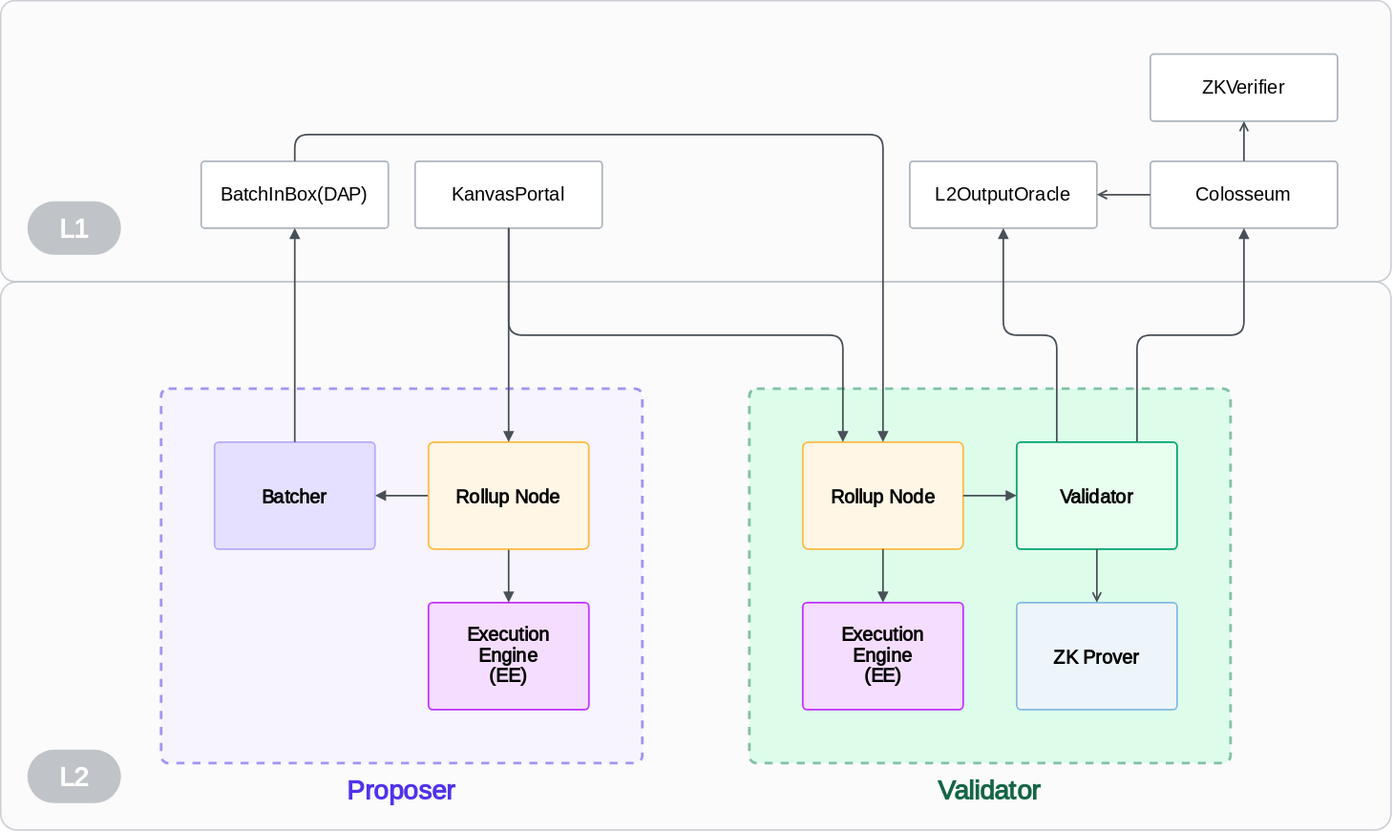
Earlier version of the draw.io export specs/assets/components.svg (kroma-network/kroma). Source tidied: cells renumbered, new cells last; positions are measured from the earlier drawing's top-left corner, leaving out a move shared by most shapes.
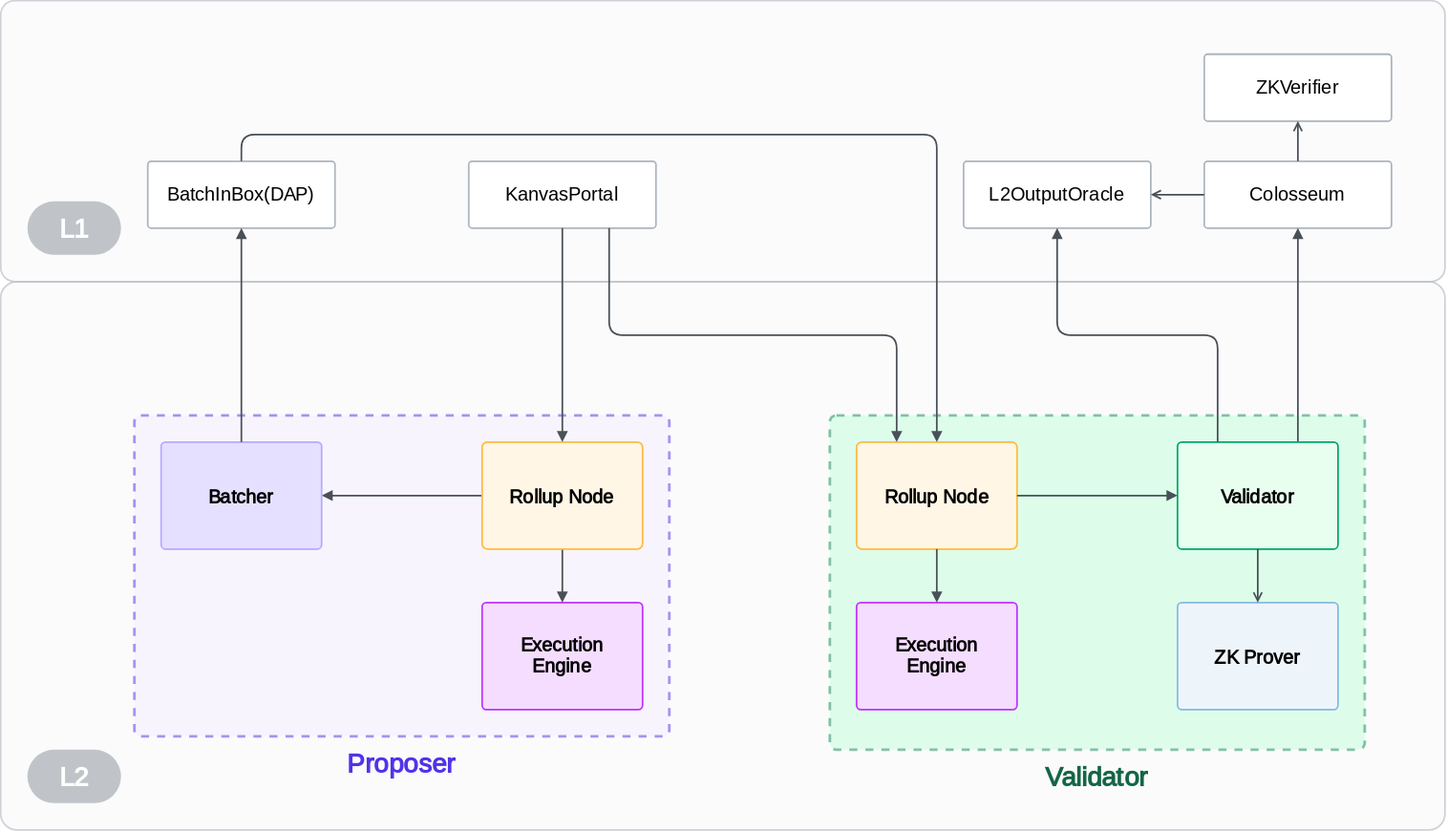
After the change.

Change to the diagram source:
```diff
@@ -3,52 +3,52 @@
     <mxCell id="0" />
     <mxCell id="1" parent="0" />
     <mxCell id="2" style="rounded=1;whiteSpace=wrap;html=1;hachureGap=4;fontFamily=Inter;fontSource=https%3A%2F%2Ffonts.googleapis.com%2Fcss%3Ffamily%3DInter;fontSize=20;fillColor=#F8F9FA;strokeColor=#ADB5BD;arcSize=3;shadow=0;glass=0;opacity=60;strokeWidth=1.25;" parent="1" vertex="1">
-      <mxGeometry y="210" width="1040" height="410" as="geometry" />
+      <mxGeometry y="130" width="1080" height="410" as="geometry" />
     </mxCell>
     <mxCell id="3" style="rounded=1;whiteSpace=wrap;html=1;hachureGap=4;fontFamily=Inter;fontSource=https%3A%2F%2Ffonts.googleapis.com%2Fcss%3Ffamily%3DInter;fontSize=20;fillColor=#BFFFDA;strokeColor=#1A865D;arcSize=2;shadow=0;glass=0;opacity=50;dashed=1;strokeWidth=2;" parent="1" vertex="1">
-      <mxGeometry x="560" y="290" width="360" height="280" as="geometry" />
+      <mxGeometry x="620" y="230" width="400" height="250" as="geometry" />
     </mxCell>
     <mxCell id="4" style="rounded=1;whiteSpace=wrap;html=1;hachureGap=4;fontFamily=Inter;fontSource=https%3A%2F%2Ffonts.googleapis.com%2Fcss%3Ffamily%3DInter;fontSize=20;fillColor=#F8F9FA;strokeColor=#ADB5BD;arcSize=5;shadow=0;glass=0;opacity=60;strokeWidth=1.25;" parent="1" vertex="1">
-      <mxGeometry width="1040" height="210" as="geometry" />
+      <mxGeometry y="-80" width="1080" height="210" as="geometry" />
     </mxCell>
     <mxCell id="5" value="&lt;font style=&quot;font-size: 14px;&quot;&gt;ZKVerifier&lt;br style=&quot;font-size: 14px;&quot;&gt;&lt;/font&gt;" style="rounded=1;whiteSpace=wrap;html=1;fontSize=14;fontFamily=Inter;fillColor=#FFFFFF;strokeColor=#ADB5BD;hachureGap=4;fontSource=https%3A%2F%2Ffonts.googleapis.com%2Fcss%3Ffamily%3DInter;arcSize=5;shadow=0;glass=0;spacing=0;strokeWidth=1.25;spacingTop=0;" parent="1" vertex="1">
-      <mxGeometry x="860" y="40" width="140" height="50" as="geometry" />
+      <mxGeometry x="900" y="-40" width="140" height="50" as="geometry" />
     </mxCell>
     <mxCell id="6" value="&lt;font style=&quot;font-size: 14px;&quot;&gt;Colosseum&lt;br style=&quot;font-size: 14px;&quot;&gt;&lt;/font&gt;" style="rounded=1;whiteSpace=wrap;html=1;fontSize=14;fontFamily=Inter;fillColor=#FFFFFF;strokeColor=#ADB5BD;hachureGap=4;fontSource=https%3A%2F%2Ffonts.googleapis.com%2Fcss%3Ffamily%3DInter;arcSize=5;shadow=0;glass=0;spacing=0;strokeWidth=1.25;spacingTop=0;" parent="1" vertex="1">
-      <mxGeometry x="860" y="120" width="140" height="50" as="geometry" />
+      <mxGeometry x="900" y="40" width="140" height="50" as="geometry" />
     </mxCell>
     <mxCell id="7" style="edgeStyle=none;rounded=0;hachureGap=4;jettySize=auto;html=1;fontFamily=Inter;fontSource=https%3A%2F%2Ffonts.googleapis.com%2Fcss%3Ffamily%3DInter;fontSize=16;endArrow=open;sourcePerimeterSpacing=10;targetPerimeterSpacing=10;strokeWidth=1.25;endFill=0;strokeColor=#495057;jumpSize=0;endSize=5;jumpStyle=arc;startSize=5;startArrow=none;startFill=0;exitX=0.5;exitY=0;exitDx=0;exitDy=0;entryX=0.5;entryY=1;entryDx=0;entryDy=0;" parent="1" edge="1" source="6" target="5">
       <mxGeometry relative="1" as="geometry" />
     </mxCell>
     <mxCell id="8" value="&lt;font style=&quot;font-size: 14px;&quot;&gt;L2OutputOracle&lt;br style=&quot;font-size: 14px;&quot;&gt;&lt;/font&gt;" style="rounded=1;whiteSpace=wrap;html=1;fontSize=14;fontFamily=Inter;fillColor=#FFFFFF;strokeColor=#ADB5BD;hachureGap=4;fontSource=https%3A%2F%2Ffonts.googleapis.com%2Fcss%3Ffamily%3DInter;arcSize=5;shadow=0;glass=0;spacing=0;strokeWidth=1.25;spacingTop=0;" parent="1" vertex="1">
-      <mxGeometry x="680" y="120" width="140" height="50" as="geometry" />
+      <mxGeometry x="720" y="40" width="140" height="50" as="geometry" />
     </mxCell>
     <mxCell id="9" value="&lt;font style=&quot;font-size: 14px;&quot;&gt;KanvasPortal&lt;br style=&quot;font-size: 14px;&quot;&gt;&lt;/font&gt;" style="rounded=1;whiteSpace=wrap;html=1;fontSize=14;fontFamily=Inter;fillColor=#FFFFFF;strokeColor=#ADB5BD;hachureGap=4;fontSource=https%3A%2F%2Ffonts.googleapis.com%2Fcss%3Ffamily%3DInter;arcSize=5;shadow=0;glass=0;spacing=0;strokeWidth=1.25;spacingTop=0;" parent="1" vertex="1">
-      <mxGeometry x="310" y="120" width="140" height="50" as="geometry" />
+      <mxGeometry x="350" y="40" width="140" height="50" as="geometry" />
     </mxCell>
     <mxCell id="10" value="&lt;font style=&quot;font-size: 14px;&quot;&gt;BatchInBox(DAP)&lt;br style=&quot;font-size: 14px;&quot;&gt;&lt;/font&gt;" style="rounded=1;whiteSpace=wrap;html=1;fontSize=14;fontFamily=Inter;fillColor=#FFFFFF;strokeColor=#ADB5BD;hachureGap=4;fontSource=https%3A%2F%2Ffonts.googleapis.com%2Fcss%3Ffamily%3DInter;arcSize=5;shadow=0;glass=0;spacing=0;strokeWidth=1.25;spacingTop=0;" parent="1" vertex="1">
-      <mxGeometry x="150" y="120" width="140" height="50" as="geometry" />
+      <mxGeometry x="110" y="40" width="140" height="50" as="geometry" />
     </mxCell>
     <mxCell id="11" style="edgeStyle=orthogonalEdgeStyle;rounded=1;jettySize=auto;html=1;entryX=0.5;entryY=1;entryDx=0;entryDy=0;endArrow=block;fontSize=16;fontFamily=Inter;strokeColor=#495057;hachureGap=4;fontSource=https%3A%2F%2Ffonts.googleapis.com%2Fcss%3Ffamily%3DInter;sourcePerimeterSpacing=0;targetPerimeterSpacing=0;strokeWidth=1.25;endFill=1;endSize=5;startSize=5;startArrow=none;startFill=0;exitX=0.75;exitY=0;exitDx=0;exitDy=0;" parent="1" edge="1" source="16" target="6">
       <mxGeometry relative="1" as="geometry" />
     </mxCell>
     <mxCell id="12" value="&lt;p style=&quot;line-height: 100%; font-size: 20px;&quot;&gt;L2&lt;br style=&quot;font-size: 20px;&quot;&gt;&lt;/p&gt;" style="rounded=1;whiteSpace=wrap;html=1;fontSize=14;fontFamily=Inter;fillColor=#868E96;strokeColor=none;hachureGap=4;fontSource=https%3A%2F%2Ffonts.googleapis.com%2Fcss%3Ffamily%3DInter;arcSize=50;shadow=0;glass=0;spacing=0;strokeWidth=1.25;spacingTop=0;fontStyle=1;fontColor=#FFFFFF;opacity=50;" parent="1" vertex="1">
-      <mxGeometry x="20" y="560" width="70" height="40" as="geometry" />
+      <mxGeometry x="20" y="480" width="70" height="40" as="geometry" />
     </mxCell>
     <mxCell id="13" value="&lt;p style=&quot;line-height: 100%; font-size: 20px;&quot;&gt;L1&lt;br style=&quot;font-size: 20px;&quot;&gt;&lt;/p&gt;" style="rounded=1;whiteSpace=wrap;html=1;fontSize=14;fontFamily=Inter;fillColor=#868E96;strokeColor=none;hachureGap=4;fontSource=https%3A%2F%2Ffonts.googleapis.com%2Fcss%3Ffamily%3DInter;arcSize=50;shadow=0;glass=0;spacing=0;strokeWidth=1.25;spacingTop=0;fontStyle=1;fontColor=#FFFFFF;opacity=50;" parent="1" vertex="1">
-      <mxGeometry x="20" y="150" width="70" height="40" as="geometry" />
+      <mxGeometry x="20" y="70" width="70" height="40" as="geometry" />
     </mxCell>
     <mxCell id="14" style="edgeStyle=none;rounded=0;hachureGap=4;jettySize=auto;html=1;fontFamily=Inter;fontSource=https%3A%2F%2Ffonts.googleapis.com%2Fcss%3Ffamily%3DInter;fontSize=16;endArrow=open;sourcePerimeterSpacing=10;targetPerimeterSpacing=10;strokeWidth=1.25;endFill=0;strokeColor=#495057;jumpSize=0;endSize=5;jumpStyle=arc;startSize=5;startArrow=none;startFill=0;exitX=0;exitY=0.5;exitDx=0;exitDy=0;entryX=1;entryY=0.5;entryDx=0;entryDy=0;" parent="1" edge="1" source="6" target="8">
       <mxGeometry relative="1" as="geometry" />
     </mxCell>
     <mxCell id="15" style="rounded=1;whiteSpace=wrap;html=1;hachureGap=4;fontFamily=Inter;fontSource=https%3A%2F%2Ffonts.googleapis.com%2Fcss%3Ffamily%3DInter;fontSize=20;fillColor=#F3EEFF;strokeColor=#5033E9;arcSize=2;shadow=0;glass=0;opacity=50;dashed=1;strokeWidth=2;" parent="1" vertex="1">
-      <mxGeometry x="120" y="290" width="360" height="280" as="geometry" />
+      <mxGeometry x="100" y="230" width="400" height="240" as="geometry" />
     </mxCell>
     <mxCell id="16" value="&lt;p style=&quot;line-height: 100%; font-size: 14px;&quot;&gt;&lt;b style=&quot;border-color: var(--border-color); font-size: 14px;&quot;&gt;&lt;font style=&quot;border-color: var(--border-color); font-size: 14px;&quot;&gt;Validator&lt;/font&gt;&lt;/b&gt;&lt;br style=&quot;font-size: 14px;&quot;&gt;&lt;/p&gt;" style="rounded=1;whiteSpace=wrap;html=1;fontSize=14;fontFamily=Inter;fillColor=#E8FFEF;strokeColor=#00A570;hachureGap=4;fontSource=https%3A%2F%2Ffonts.googleapis.com%2Fcss%3Ffamily%3DInter;arcSize=4;shadow=0;glass=0;spacing=0;strokeWidth=1.25;spacingTop=0;spacingLeft=10;spacingRight=10;fontStyle=1;" parent="1" vertex="1">
-      <mxGeometry x="760" y="330" width="120" height="80" as="geometry" />
+      <mxGeometry x="880" y="250" width="120" height="80" as="geometry" />
     </mxCell>
-    <mxCell id="17" value="&lt;p style=&quot;line-height: 110%; font-size: 14px;&quot;&gt;Execution Engine&lt;br&gt;(EE)&lt;/p&gt;" style="rounded=1;whiteSpace=wrap;html=1;fontSize=14;fontFamily=Inter;fillColor=#F5DDFF;strokeColor=#C231FF;hachureGap=4;fontSource=https%3A%2F%2Ffonts.googleapis.com%2Fcss%3Ffamily%3DInter;arcSize=4;shadow=0;glass=0;spacing=0;strokeWidth=1.25;spacingTop=0;spacingLeft=10;spacingRight=10;fontStyle=1;" parent="1" vertex="1">
-      <mxGeometry x="320" y="450" width="120" height="80" as="geometry" />
+    <mxCell id="17" value="&lt;p style=&quot;line-height: 110%; font-size: 14px;&quot;&gt;Execution Engine&lt;br&gt;&lt;/p&gt;" style="rounded=1;whiteSpace=wrap;html=1;fontSize=14;fontFamily=Inter;fillColor=#F5DDFF;strokeColor=#C231FF;hachureGap=4;fontSource=https%3A%2F%2Ffonts.googleapis.com%2Fcss%3Ffamily%3DInter;arcSize=4;shadow=0;glass=0;spacing=0;strokeWidth=1.25;spacingTop=0;spacingLeft=10;spacingRight=10;fontStyle=1;" parent="1" vertex="1">
+      <mxGeometry x="360" y="370" width="120" height="80" as="geometry" />
     </mxCell>
     <mxCell id="18" style="edgeStyle=orthogonalEdgeStyle;rounded=1;jettySize=auto;html=1;endArrow=block;fontSize=16;fontFamily=Inter;strokeColor=#495057;hachureGap=4;fontSource=https%3A%2F%2Ffonts.googleapis.com%2Fcss%3Ffamily%3DInter;sourcePerimeterSpacing=0;targetPerimeterSpacing=0;strokeWidth=1.25;endFill=1;endSize=5;startSize=5;startArrow=none;startFill=0;" parent="1" edge="1" source="20" target="21">
       <mxGeometry relative="1" as="geometry" />
@@ -57,22 +57,22 @@
       <mxGeometry relative="1" as="geometry" />
     </mxCell>
     <mxCell id="20" value="&lt;p style=&quot;line-height: 100%; font-size: 14px;&quot;&gt;Rollup&amp;nbsp;Node&lt;br style=&quot;font-size: 14px;&quot;&gt;&lt;/p&gt;" style="rounded=1;whiteSpace=wrap;html=1;fontSize=12;fontFamily=Inter;fillColor=#FFF6E6;strokeColor=#FFBA42;hachureGap=4;fontSource=https%3A%2F%2Ffonts.googleapis.com%2Fcss%3Ffamily%3DInter;arcSize=5;shadow=0;glass=0;spacing=0;strokeWidth=1.25;spacingTop=0;spacingLeft=10;spacingRight=10;fontStyle=1;" parent="1" vertex="1">
-      <mxGeometry x="320" y="330" width="120" height="80" as="geometry" />
+      <mxGeometry x="360" y="250" width="120" height="80" as="geometry" />
     </mxCell>
     <mxCell id="21" value="&lt;p style=&quot;line-height: 100%; font-size: 14px;&quot;&gt;Batcher&lt;br style=&quot;font-size: 14px;&quot;&gt;&lt;/p&gt;" style="rounded=1;whiteSpace=wrap;html=1;fontSize=14;fontFamily=Inter;fillColor=#E5E0FF;strokeColor=#B7AAFD;hachureGap=4;fontSource=https%3A%2F%2Ffonts.googleapis.com%2Fcss%3Ffamily%3DInter;arcSize=4;shadow=0;glass=0;spacing=0;strokeWidth=1.25;spacingTop=0;spacingLeft=10;spacingRight=10;fontStyle=1;" parent="1" vertex="1">
-      <mxGeometry x="160" y="330" width="120" height="80" as="geometry" />
+      <mxGeometry x="120" y="250" width="120" height="80" as="geometry" />
     </mxCell>
     <mxCell id="22" value="Proposer" style="text;whiteSpace=wrap;fontSize=20;fontFamily=Inter;fontColor=#5033E9;align=center;fontStyle=1;html=1;spacing=2;verticalAlign=middle;" parent="1" vertex="1">
-      <mxGeometry x="245" y="570" width="110" height="40" as="geometry" />
+      <mxGeometry x="245" y="470" width="110" height="40" as="geometry" />
     </mxCell>
     <mxCell id="23" value="Validator" style="text;whiteSpace=wrap;fontSize=20;fontFamily=Inter;fontColor=#146546;align=center;fontStyle=1;html=1;spacing=2;verticalAlign=middle;" parent="1" vertex="1">
-      <mxGeometry x="685" y="570" width="110" height="40" as="geometry" />
+      <mxGeometry x="765" y="480" width="110" height="40" as="geometry" />
     </mxCell>
     <mxCell id="24" value="&lt;p style=&quot;line-height: 100%; font-size: 14px;&quot;&gt;Rollup&amp;nbsp;Node&lt;br style=&quot;font-size: 14px;&quot;&gt;&lt;/p&gt;" style="rounded=1;whiteSpace=wrap;html=1;fontSize=12;fontFamily=Inter;fillColor=#FFF6E6;strokeColor=#FFBA42;hachureGap=4;fontSource=https%3A%2F%2Ffonts.googleapis.com%2Fcss%3Ffamily%3DInter;arcSize=5;shadow=0;glass=0;spacing=0;strokeWidth=1.25;spacingTop=0;spacingLeft=10;spacingRight=10;fontStyle=1;" parent="1" vertex="1">
-      <mxGeometry x="600" y="330" width="120" height="80" as="geometry" />
+      <mxGeometry x="640" y="250" width="120" height="80" as="geometry" />
     </mxCell>
-    <mxCell id="25" value="&lt;p style=&quot;line-height: 110%; font-size: 14px;&quot;&gt;Execution Engine&lt;br style=&quot;border-color: var(--border-color);&quot;&gt;(EE)&lt;br&gt;&lt;/p&gt;" style="rounded=1;whiteSpace=wrap;html=1;fontSize=14;fontFamily=Inter;fillColor=#F5DDFF;strokeColor=#C231FF;hachureGap=4;fontSource=https%3A%2F%2Ffonts.googleapis.com%2Fcss%3Ffamily%3DInter;arcSize=4;shadow=0;glass=0;spacing=0;strokeWidth=1.25;spacingTop=0;spacingLeft=10;spacingRight=10;fontStyle=1;" parent="1" vertex="1">
-      <mxGeometry x="600" y="450" width="120" height="80" as="geometry" />
+    <mxCell id="25" value="&lt;p style=&quot;line-height: 110%; font-size: 14px;&quot;&gt;Execution Engine&lt;/p&gt;" style="rounded=1;whiteSpace=wrap;html=1;fontSize=14;fontFamily=Inter;fillColor=#F5DDFF;strokeColor=#C231FF;hachureGap=4;fontSource=https%3A%2F%2Ffonts.googleapis.com%2Fcss%3Ffamily%3DInter;arcSize=4;shadow=0;glass=0;spacing=0;strokeWidth=1.25;spacingTop=0;spacingLeft=10;spacingRight=10;fontStyle=1;" parent="1" vertex="1">
+      <mxGeometry x="640" y="370" width="120" height="80" as="geometry" />
     </mxCell>
     <mxCell id="26" style="edgeStyle=none;shape=connector;rounded=1;hachureGap=4;jumpStyle=arc;jumpSize=0;jettySize=auto;html=1;entryX=0;entryY=0.5;entryDx=0;entryDy=0;labelBackgroundColor=default;strokeColor=#495057;strokeWidth=1.25;fontFamily=Inter;fontSource=https%3A%2F%2Ffonts.googleapis.com%2Fcss%3Ffamily%3DInter;fontSize=16;fontColor=default;startArrow=none;startFill=0;endArrow=block;endFill=1;startSize=5;endSize=5;sourcePerimeterSpacing=0;targetPerimeterSpacing=0;exitX=1;exitY=0.5;exitDx=0;exitDy=0;" parent="1" edge="1" source="24" target="16">
       <mxGeometry relative="1" as="geometry" />
@@ -90,7 +90,7 @@
       <mxGeometry relative="1" as="geometry" />
     </mxCell>
     <mxCell id="31" value="&lt;p style=&quot;line-height: 100%; font-size: 14px;&quot;&gt;ZK Prover&lt;br style=&quot;font-size: 14px;&quot;&gt;&lt;/p&gt;" style="rounded=1;whiteSpace=wrap;html=1;fontSize=14;fontFamily=Inter;fillColor=#EDF5FB;strokeColor=#84BBE2;hachureGap=4;fontSource=https%3A%2F%2Ffonts.googleapis.com%2Fcss%3Ffamily%3DInter;arcSize=4;shadow=0;glass=0;spacing=0;strokeWidth=1.25;spacingTop=0;spacingLeft=10;spacingRight=10;fontStyle=1;" parent="1" vertex="1">
-      <mxGeometry x="760" y="450" width="120" height="80" as="geometry" />
+      <mxGeometry x="880" y="370" width="120" height="80" as="geometry" />
     </mxCell>
     <mxCell id="32" style="edgeStyle=none;rounded=0;hachureGap=4;jettySize=auto;html=1;fontFamily=Inter;fontSource=https%3A%2F%2Ffonts.googleapis.com%2Fcss%3Ffamily%3DInter;fontSize=16;endArrow=open;sourcePerimeterSpacing=10;targetPerimeterSpacing=10;strokeWidth=1.25;endFill=0;strokeColor=#495057;jumpSize=0;endSize=5;jumpStyle=arc;startSize=5;startArrow=none;startFill=0;entryX=0.5;entryY=0;entryDx=0;entryDy=0;exitX=0.5;exitY=1;exitDx=0;exitDy=0;" parent="1" edge="1" source="16" target="31">
       <mxGeometry relative="1" as="geometry" />
@@ -98,7 +98,7 @@
     <mxCell id="33" style="edgeStyle=orthogonalEdgeStyle;rounded=1;jettySize=auto;html=1;endArrow=block;fontSize=16;fontFamily=Inter;strokeColor=#495057;hachureGap=4;fontSource=https%3A%2F%2Ffonts.googleapis.com%2Fcss%3Ffamily%3DInter;sourcePerimeterSpacing=0;targetPerimeterSpacing=0;strokeWidth=1.25;endFill=1;endSize=5;startSize=5;startArrow=none;startFill=0;exitX=0.5;exitY=0;exitDx=0;exitDy=0;entryX=0.5;entryY=0;entryDx=0;entryDy=0;" parent="1" edge="1" source="10" target="24">
       <mxGeometry relative="1" as="geometry" />
     </mxCell>
-    <mxCell id="34" style="edgeStyle=orthogonalEdgeStyle;rounded=1;jettySize=auto;html=1;endArrow=block;fontSize=16;fontFamily=Inter;strokeColor=#495057;hachureGap=4;fontSource=https%3A%2F%2Ffonts.googleapis.com%2Fcss%3Ffamily%3DInter;sourcePerimeterSpacing=0;targetPerimeterSpacing=0;strokeWidth=1.25;endFill=1;endSize=5;startSize=5;startArrow=none;startFill=0;exitX=0.5;exitY=1;exitDx=0;exitDy=0;entryX=0.25;entryY=0;entryDx=0;entryDy=0;" parent="1" edge="1" source="9" target="24">
+    <mxCell id="34" style="edgeStyle=orthogonalEdgeStyle;rounded=1;jettySize=auto;html=1;endArrow=block;fontSize=16;fontFamily=Inter;strokeColor=#495057;hachureGap=4;fontSource=https%3A%2F%2Ffonts.googleapis.com%2Fcss%3Ffamily%3DInter;sourcePerimeterSpacing=0;targetPerimeterSpacing=0;strokeWidth=1.25;endFill=1;endSize=5;startSize=5;startArrow=none;startFill=0;exitX=0.75;exitY=1;exitDx=0;exitDy=0;entryX=0.25;entryY=0;entryDx=0;entryDy=0;" parent="1" edge="1" source="9" target="24">
       <mxGeometry relative="1" as="geometry" />
     </mxCell>
   </root>
```
